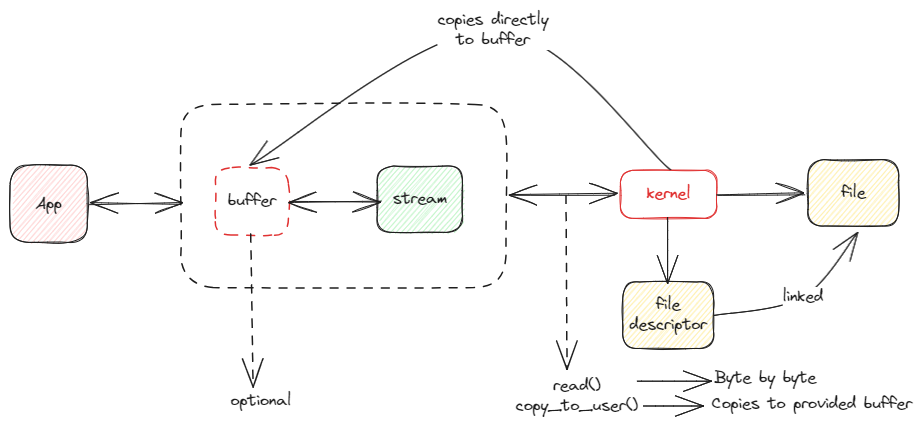
Earlier version of the Excalidraw export static/img/file-stream-buffer.excalidraw.png (swaroopar/inprogress-engineer). Source tidied: one line per element, renumbered; positions are measured from the earlier drawing's top-left corner, leaving out a move shared by most shapes.
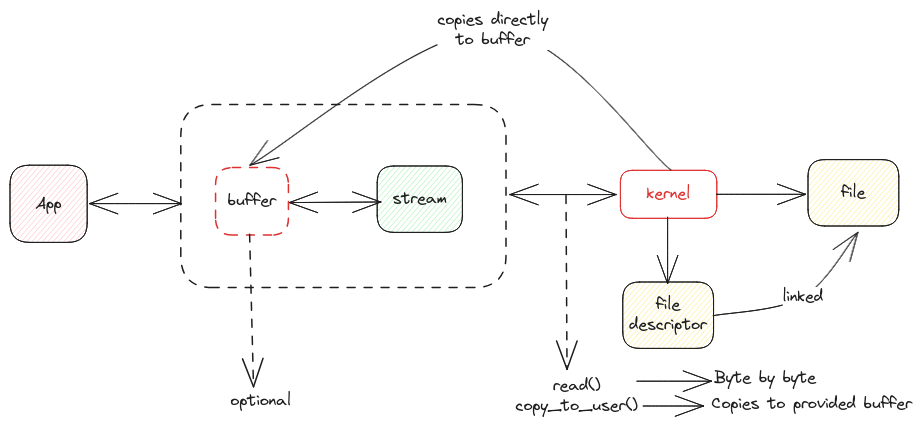
The same diagram one commit later.

Diff of the diagram source:
```diff
@@ -1,23 +1,23 @@
-{"id": 0, "type": "rectangle", "strokeColor": "#1e1e1e", "backgroundColor": "#ffec99", "fillStyle": "hachure", "strokeWidth": 1, "roughness": 1, "round": true, "x": 798, "y": 150, "width": 91, "height": 66}
+{"id": 0, "type": "rectangle", "strokeColor": "#1e1e1e", "backgroundColor": "#ffec99", "fillStyle": "hachure", "strokeWidth": 1, "roughness": 0, "round": true, "x": 798, "y": 150, "width": 91, "height": 66}
 {"id": 1, "type": "text", "text": "file", "strokeColor": "#1e1e1e", "strokeWidth": 2, "roughness": 1, "fontSize": 16, "fontFamily": 1, "textAlign": "center", "verticalAlign": "middle", "inside": 0, "x": 831, "y": 173, "width": 24, "height": 20}
-{"id": 2, "type": "rectangle", "strokeColor": "#1e1e1e", "backgroundColor": "#b2f2bb", "fillStyle": "hachure", "strokeWidth": 1, "roughness": 1, "round": true, "x": 367, "y": 156, "width": 85, "height": 66}
+{"id": 2, "type": "rectangle", "strokeColor": "#1e1e1e", "backgroundColor": "#b2f2bb", "fillStyle": "hachure", "strokeWidth": 1, "roughness": 0, "round": true, "x": 367, "y": 156, "width": 85, "height": 66}
 {"id": 3, "type": "text", "text": "stream", "strokeColor": "#1e1e1e", "strokeWidth": 2, "roughness": 1, "fontSize": 16, "fontFamily": 1, "textAlign": "center", "verticalAlign": "middle", "inside": 2, "x": 383, "y": 179, "width": 54, "height": 20}
-{"id": 4, "type": "rectangle", "strokeColor": "#e03131", "strokeWidth": 1, "strokeStyle": "dashed", "roughness": 1, "round": true, "x": 206, "y": 158, "width": 73, "height": 67}
+{"id": 4, "type": "rectangle", "strokeColor": "#e03131", "strokeWidth": 1, "strokeStyle": "dashed", "roughness": 0, "round": true, "x": 206, "y": 158, "width": 73, "height": 67}
 {"id": 5, "type": "text", "text": "buffer", "strokeColor": "#1e1e1e", "strokeWidth": 2, "roughness": 1, "fontSize": 16, "fontFamily": 1, "textAlign": "center", "verticalAlign": "middle", "inside": 4, "x": 218, "y": 181, "width": 48, "height": 20}
-{"id": 6, "type": "rectangle", "strokeColor": "#1e1e1e", "backgroundColor": "#ffc9c9", "fillStyle": "hachure", "strokeWidth": 1, "roughness": 1, "round": true, "x": 0, "y": 155, "width": 77, "height": 77}
+{"id": 6, "type": "rectangle", "strokeColor": "#1e1e1e", "backgroundColor": "#ffc9c9", "fillStyle": "hachure", "strokeWidth": 1, "roughness": 0, "round": true, "x": 0, "y": 155, "width": 77, "height": 77}
 {"id": 7, "type": "text", "text": "App", "strokeColor": "#1e1e1e", "strokeWidth": 2, "roughness": 1, "fontSize": 16, "fontFamily": 1, "textAlign": "center", "verticalAlign": "middle", "inside": 6, "x": 25, "y": 184, "width": 26, "height": 20}
-{"id": 8, "type": "arrow", "strokeColor": "#1e1e1e", "strokeWidth": 1, "roughness": 1, "startArrowhead": "arrow", "endArrowhead": "arrow", "round": true, "x": 80, "y": 194, "width": 92, "height": 0, "points": [[0, 0], [92, 0]]}
+{"id": 8, "type": "arrow", "strokeColor": "#1e1e1e", "strokeWidth": 1, "roughness": 0, "startArrowhead": "arrow", "endArrowhead": "arrow", "round": true, "x": 80, "y": 194, "width": 92, "height": 0, "points": [[0, 0], [92, 0]]}
-{"id": 9, "type": "arrow", "strokeColor": "#1e1e1e", "strokeWidth": 1, "roughness": 1, "startArrowhead": "arrow", "endArrowhead": "arrow", "round": true, "from": 4, "x": 279, "y": 193, "width": 91, "height": 1, "points": [[0, 0], [91, -1]]}
+{"id": 9, "type": "arrow", "strokeColor": "#1e1e1e", "strokeWidth": 1, "roughness": 0, "startArrowhead": "arrow", "endArrowhead": "arrow", "round": true, "from": 4, "x": 279, "y": 193, "width": 91, "height": 1, "points": [[0, 0], [91, -1]]}
-{"id": 10, "type": "arrow", "strokeColor": "#1e1e1e", "strokeWidth": 1, "roughness": 1, "startArrowhead": "arrow", "endArrowhead": "arrow", "round": true, "from": 13, "to": 14, "x": 500, "y": 185, "width": 106, "height": 0, "points": [[0, 0], [106, 0]]}
+{"id": 10, "type": "arrow", "strokeColor": "#1e1e1e", "strokeWidth": 1, "roughness": 0, "startArrowhead": "arrow", "endArrowhead": "arrow", "round": true, "from": 13, "to": 14, "x": 500, "y": 185, "width": 106, "height": 0, "points": [[0, 0], [106, 0]]}
-{"id": 11, "type": "arrow", "strokeColor": "#1e1e1e", "strokeWidth": 1, "strokeStyle": "dashed", "roughness": 1, "endArrowhead": "arrow", "round": true, "to": 12, "x": 240, "y": 224, "width": 4, "height": 153, "points": [[0, 0], [4, 153]]}
+{"id": 11, "type": "arrow", "strokeColor": "#1e1e1e", "strokeWidth": 1, "strokeStyle": "dashed", "roughness": 0, "endArrowhead": "arrow", "round": true, "to": 12, "x": 240, "y": 224, "width": 4, "height": 153, "points": [[0, 0], [4, 153]]}
-{"id": 12, "type": "text", "text": "optional", "strokeColor": "#1e1e1e", "strokeWidth": 1, "strokeStyle": "dashed", "roughness": 1, "fontSize": 16, "fontFamily": 1, "x": 221, "y": 381, "width": 61, "height": 20}
+{"id": 12, "type": "text", "text": "optional", "strokeColor": "#1e1e1e", "strokeWidth": 1, "strokeStyle": "dashed", "roughness": 0, "fontSize": 16, "fontFamily": 1, "x": 221, "y": 381, "width": 61, "height": 20}
-{"id": 13, "type": "rectangle", "strokeColor": "#1e1e1e", "strokeWidth": 1, "strokeStyle": "dashed", "roughness": 1, "round": true, "x": 171, "y": 94, "width": 325, "height": 183}
+{"id": 13, "type": "rectangle", "strokeColor": "#1e1e1e", "strokeWidth": 1, "strokeStyle": "dashed", "roughness": 0, "round": true, "x": 171, "y": 94, "width": 325, "height": 183}
-{"id": 14, "type": "rectangle", "strokeColor": "#e03131", "strokeWidth": 1, "roughness": 1, "round": true, "x": 610, "y": 160, "width": 96, "height": 48}
+{"id": 14, "type": "rectangle", "strokeColor": "#e03131", "strokeWidth": 1, "roughness": 0, "round": true, "x": 610, "y": 160, "width": 96, "height": 48}
 {"id": 15, "type": "text", "text": "kernel", "strokeColor": "#e03131", "strokeWidth": 1, "roughness": 1, "fontSize": 16, "fontFamily": 1, "textAlign": "center", "verticalAlign": "middle", "inside": 14, "x": 637, "y": 174, "width": 44, "height": 20}
-{"id": 16, "type": "arrow", "strokeColor": "#1e1e1e", "strokeWidth": 1, "roughness": 1, "endArrowhead": "arrow", "round": true, "x": 706, "y": 184, "width": 89, "height": 0, "points": [[0, 0], [89, 0]]}
+{"id": 16, "type": "arrow", "strokeColor": "#1e1e1e", "strokeWidth": 1, "roughness": 0, "endArrowhead": "arrow", "round": true, "x": 706, "y": 184, "width": 89, "height": 0, "points": [[0, 0], [89, 0]]}
 {"id": 17, "type": "arrow", "strokeColor": "#1e1e1e", "strokeWidth": 1, "roughness": 0, "endArrowhead": "arrow", "round": true, "from": 14, "to": 4, "x": 661, "y": 160, "width": 421, "height": 140, "points": [[0, 0], [-178, -140], [-421, -5]]}
 {"id": 18, "type": "text", "text": "copies directly\nto buffer", "strokeColor": "#1e1e1e", "strokeWidth": 1, "roughness": 0, "fontSize": 16, "fontFamily": 1, "textAlign": "center", "verticalAlign": "middle", "inside": 17, "x": 427, "y": 0, "width": 111, "height": 40}
-{"id": 19, "type": "rectangle", "strokeColor": "#1e1e1e", "backgroundColor": "#ffec99", "fillStyle": "hachure", "strokeWidth": 1, "roughness": 1, "round": true, "x": 613, "y": 272, "width": 91, "height": 66}
+{"id": 19, "type": "rectangle", "strokeColor": "#1e1e1e", "backgroundColor": "#ffec99", "fillStyle": "hachure", "strokeWidth": 1, "roughness": 0, "round": true, "x": 613, "y": 272, "width": 91, "height": 66}
 {"id": 20, "type": "text", "text": "file\ndescriptor", "strokeColor": "#1e1e1e", "strokeWidth": 2, "roughness": 1, "fontSize": 16, "fontFamily": 1, "textAlign": "center", "verticalAlign": "middle", "inside": 19, "x": 619, "y": 285, "width": 78, "height": 40}
 {"id": 21, "type": "arrow", "strokeColor": "#1e1e1e", "strokeWidth": 1, "roughness": 0, "endArrowhead": "arrow", "round": true, "x": 658, "y": 207, "width": 0, "height": 66, "points": [[0, 0], [0, 66]]}
 {"id": 22, "type": "arrow", "strokeColor": "#1e1e1e", "strokeWidth": 1, "roughness": 0, "endArrowhead": "arrow", "round": true, "from": 19, "to": 0, "x": 704, "y": 306, "width": 144, "height": 83, "points": [[0, 0], [89, -18], [144, -83]]}
```
